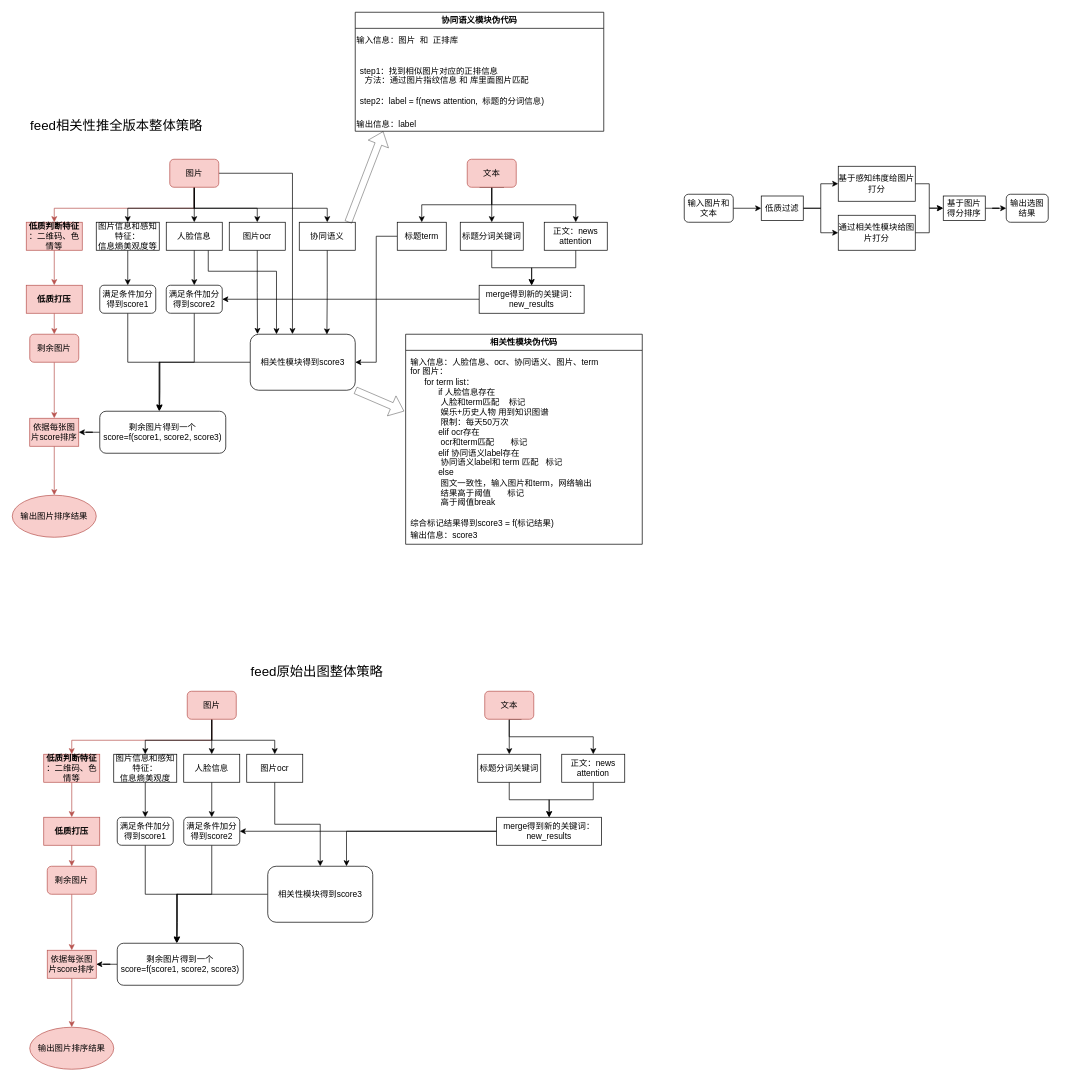
Above: feed出图.drawio in 2018liuyan/one (draw.io), before the change. Source tidied: cells renumbered, new cells numbered last; positions are measured from the earlier drawing's top-left corner, leaving out a move shared by most shapes. Both pictures are drawn from the tidied source at 70%, with x=0, y=0 at pixel (12, 12).
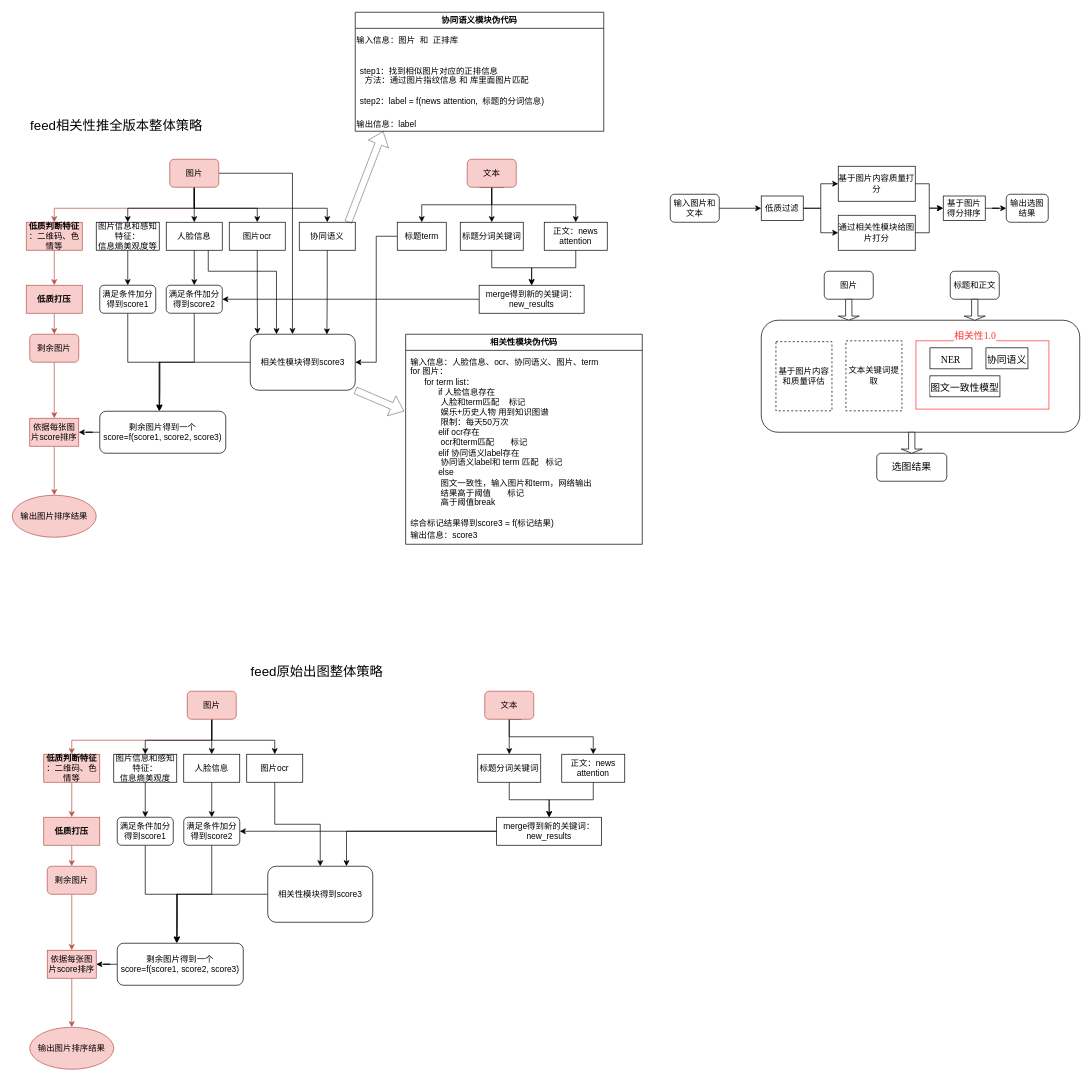
The same page after the edit.

Diff of the diagram source:
```diff
@@
     <mxCell id="98" value="输入图片和文本" style="rounded=1;whiteSpace=wrap;html=1;" parent="1" vertex="1">
-      <mxGeometry x="960" y="260" width="70" height="40" as="geometry" />
+      <mxGeometry x="940" y="260" width="70" height="40" as="geometry" />
     </mxCell>
@@
-    <mxCell id="103" value="&lt;div&gt;&lt;font face=&quot;DengXian&quot; style=&quot;font-size: 12px&quot;&gt;基于感知纬度给图片打分&lt;/font&gt;&lt;/div&gt;" style="rounded=0;whiteSpace=wrap;html=1;" parent="1" vertex="1">
+    <mxCell id="103" value="&lt;div&gt;&lt;font face=&quot;DengXian&quot; style=&quot;font-size: 12px&quot;&gt;基于图片内容质量打分&lt;/font&gt;&lt;/div&gt;" style="rounded=0;whiteSpace=wrap;html=1;" parent="1" vertex="1">
       <mxGeometry x="1180" y="220" width="110" height="50" as="geometry" />
     </mxCell>
@@
+    <mxCell id="109" value="图片" style="rounded=1;whiteSpace=wrap;html=1;" parent="1" vertex="1">
+      <mxGeometry x="1160" y="370" width="70" height="40" as="geometry" />
+    </mxCell>
+    <mxCell id="110" value="标题和正文" style="rounded=1;whiteSpace=wrap;html=1;" parent="1" vertex="1">
+      <mxGeometry x="1340" y="370" width="70" height="40" as="geometry" />
+    </mxCell>
+    <mxCell id="111" value="选图结果" style="rounded=1;whiteSpace=wrap;html=1;labelBackgroundColor=#FFFFFF;fontFamily=Times New Roman;fontSize=14;fontColor=#000000;" parent="1" vertex="1">
+      <mxGeometry x="1235" y="630" width="100" height="40" as="geometry" />
+    </mxCell>
+    <mxCell id="112" style="shape=singleArrow;direction=south;whiteSpace=wrap;html=1;labelBackgroundColor=#FFFFFF;fontFamily=Times New Roman;fontSize=14;fontColor=#000000;" parent="1" vertex="1">
+      <mxGeometry x="1180" y="410" width="30" height="30" as="geometry" />
+    </mxCell>
+    <mxCell id="113" style="group;" parent="1" vertex="1">
+      <mxGeometry x="1070" y="440" width="455" height="160" as="geometry" />
+    </mxCell>
+    <mxCell id="114" style="rounded=1;whiteSpace=wrap;html=1;labelBackgroundColor=#66B2FF;fontFamily=Times New Roman;fontSize=20;fontColor=#FFFFFF;" parent="113" vertex="1">
+      <mxGeometry width="455" height="160" as="geometry" />
+    </mxCell>
+    <mxCell id="115" value="&lt;div&gt;&lt;font face=&quot;DengXian&quot; style=&quot;font-size: 12px&quot;&gt;基于图片内容和质量评估&lt;/font&gt;&lt;/div&gt;" style="rounded=0;whiteSpace=wrap;html=1;dashed=1;" parent="113" vertex="1">
+      <mxGeometry x="21" y="30.6" width="80" height="98.8" as="geometry" />
+    </mxCell>
+    <mxCell id="116" style="rounded=0;whiteSpace=wrap;html=1;labelBackgroundColor=#66B2FF;fontFamily=Times New Roman;fontSize=20;fontColor=#FFFFFF;strokeColor=#FF3333;" parent="113" vertex="1">
+      <mxGeometry x="221" y="29.4" width="190" height="97.5" as="geometry" />
+    </mxCell>
+    <mxCell id="117" value="&lt;font color=&quot;#000000&quot; style=&quot;background-color: rgb(255 , 255 , 255) ; font-size: 14px&quot;&gt;NER&lt;/font&gt;" style="rounded=0;whiteSpace=wrap;html=1;labelBackgroundColor=#FFFFFF;fontFamily=Times New Roman;fontSize=20;fontColor=#FFFFFF;" parent="113" vertex="1">
+      <mxGeometry x="241" y="39.4" width="60" height="30" as="geometry" />
+    </mxCell>
+    <mxCell id="118" value="&lt;font color=&quot;#000000&quot; style=&quot;background-color: rgb(255 , 255 , 255) ; font-size: 14px&quot;&gt;协同语义&lt;/font&gt;" style="rounded=0;whiteSpace=wrap;html=1;labelBackgroundColor=#FFFFFF;fontFamily=Times New Roman;fontSize=20;fontColor=#FFFFFF;" parent="113" vertex="1">
+      <mxGeometry x="321" y="39.4" width="60" height="30" as="geometry" />
+    </mxCell>
+    <mxCell id="119" value="&lt;font color=&quot;#000000&quot; style=&quot;background-color: rgb(255 , 255 , 255) ; font-size: 14px&quot;&gt;图文一致性模型&lt;/font&gt;" style="rounded=0;whiteSpace=wrap;html=1;labelBackgroundColor=#FFFFFF;fontFamily=Times New Roman;fontSize=20;fontColor=#FFFFFF;" parent="113" vertex="1">
+      <mxGeometry x="241" y="79.4" width="100" height="30" as="geometry" />
+    </mxCell>
+    <mxCell id="120" value="&lt;font face=&quot;DengXian&quot;&gt;文本关键词提取&lt;/font&gt;" style="rounded=0;whiteSpace=wrap;html=1;dashed=1;" parent="113" vertex="1">
+      <mxGeometry x="121" y="29.4" width="80" height="100" as="geometry" />
+    </mxCell>
+    <mxCell id="121" value="&lt;font color=&quot;#ff3333&quot;&gt;相关性1.0&lt;/font&gt;" style="text;html=1;strokeColor=none;fillColor=none;align=center;verticalAlign=middle;whiteSpace=wrap;rounded=0;labelBackgroundColor=#FFFFFF;fontFamily=Times New Roman;fontSize=14;fontColor=#000000;" parent="113" vertex="1">
+      <mxGeometry x="261" y="9.4" width="90" height="30" as="geometry" />
+    </mxCell>
+    <mxCell id="122" style="shape=singleArrow;direction=south;whiteSpace=wrap;html=1;labelBackgroundColor=#FFFFFF;fontFamily=Times New Roman;fontSize=14;fontColor=#000000;" parent="1" vertex="1">
+      <mxGeometry x="1360" y="410" width="30" height="30" as="geometry" />
+    </mxCell>
+    <mxCell id="123" style="shape=singleArrow;direction=south;whiteSpace=wrap;html=1;labelBackgroundColor=#FFFFFF;fontFamily=Times New Roman;fontSize=14;fontColor=#000000;" parent="1" vertex="1">
+      <mxGeometry x="1270" y="600" width="30" height="30" as="geometry" />
+    </mxCell>
```
